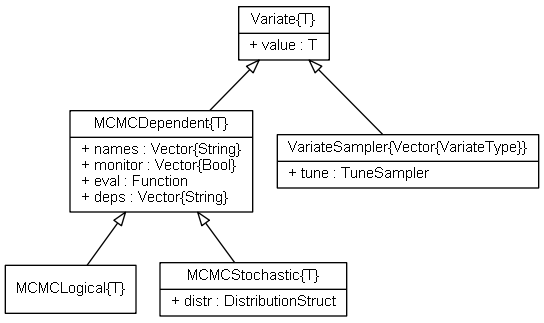
Earlier version of the Graphviz export doc/images/variateUML.png (brian-j-smith/Mamba.jl). Its source is kept beside it as doc/images/variateUML.dot.
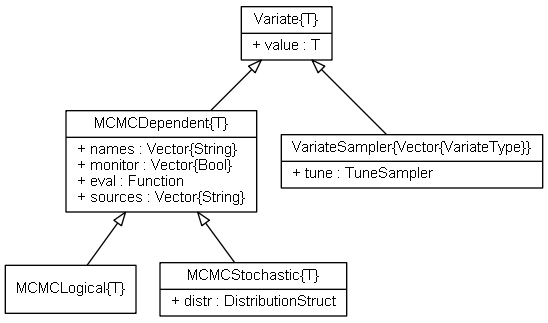
After the change.

Commit message:
Renamed MCMCDependent field deps to sources.

The edit, as a diff of the source:
```diff
@@ -8,7 +8,7 @@
 
 	Variate [label = "{Variate\{T\}|+ value : T\l}"]
 
-	MCMCDependent [label = "{MCMCDependent\{T\}|+ names : Vector\{String\}\l+ monitor : Vector\{Bool\}\l+ eval : Function\l+ deps : Vector\{String\}\l}"]
+	MCMCDependent [label = "{MCMCDependent\{T\}|+ names : Vector\{String\}\l+ monitor : Vector\{Bool\}\l+ eval : Function\l+ sources : Vector\{String\}\l}"]
 
 	MCMCLogical [label = "{MCMCLogical\{T\}}"]
 
```
